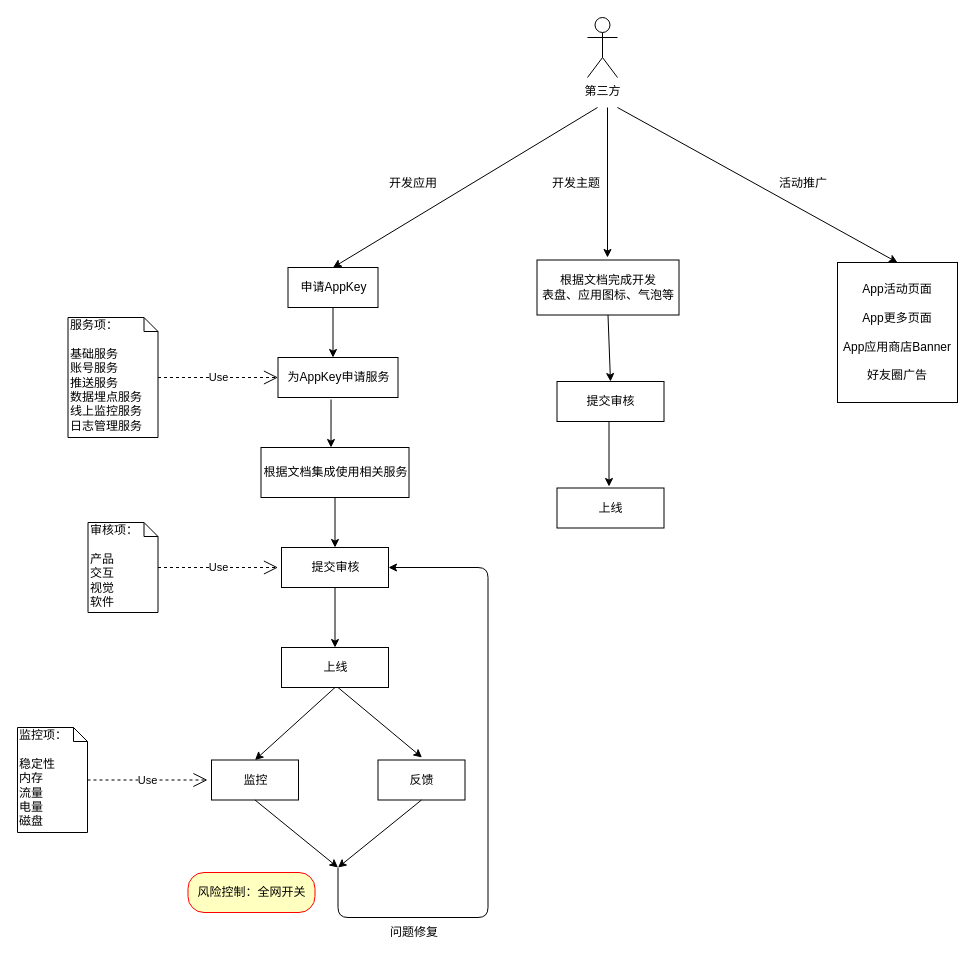
Earlier version of the draw.io diagram 第三方应用开发规范.drawio (HaoFeiWang/UML). Source tidied: cells renumbered, new cells numbered last; positions are measured from the earlier drawing's top-left corner, leaving out a move shared by most shapes. Both pictures are drawn from the tidied source at 100%, with x=0, y=0 at pixel (17, 17).
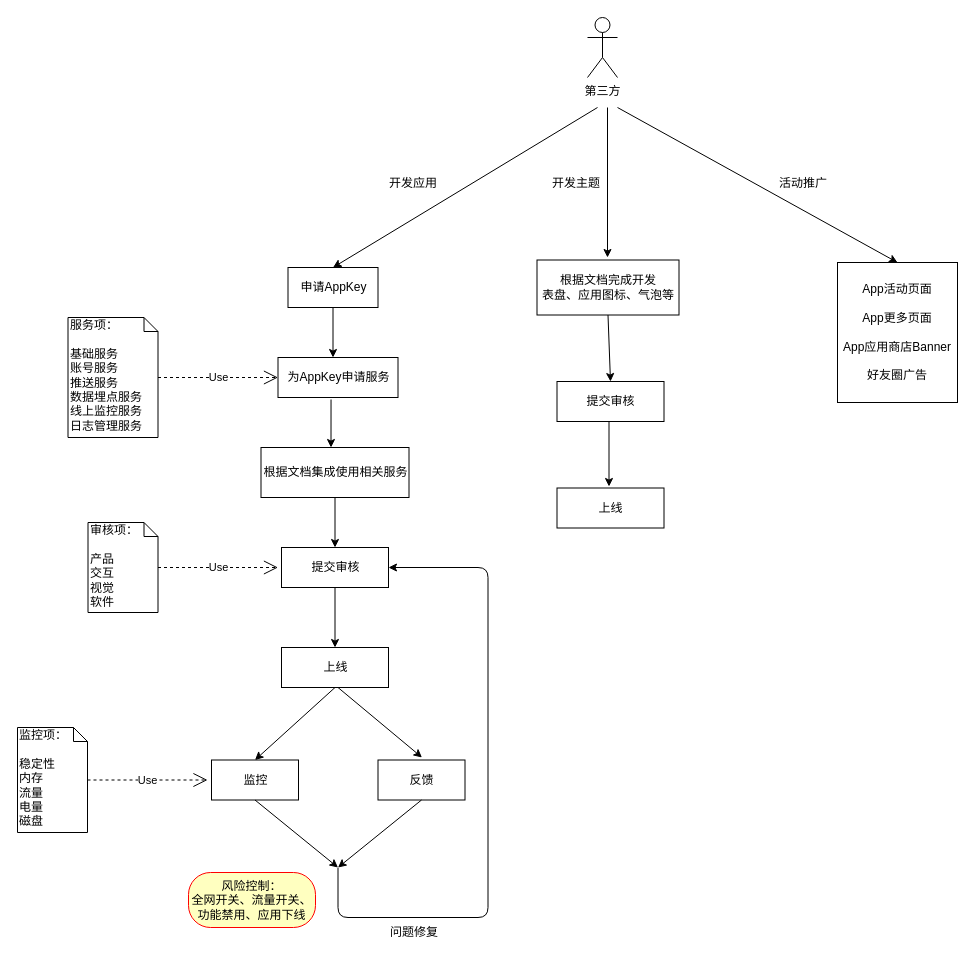
The same diagram, later.

Commit message:
Update 第三方应用开发规范.drawio

What changed in the source:
```diff
@@
-    <mxCell id="35" value="风险控制：全网开关" style="rounded=1;whiteSpace=wrap;html=1;arcSize=40;fontColor=#000000;fillColor=#ffffc0;strokeColor=#ff0000;" parent="1" vertex="1">
-      <mxGeometry x="170.5" y="855" width="127" height="40" as="geometry" />
+    <mxCell id="35" value="风险控制：&lt;br&gt;全网开关、流量开关、功能禁用、应用下线" style="rounded=1;whiteSpace=wrap;html=1;arcSize=40;fontColor=#000000;fillColor=#ffffc0;strokeColor=#ff0000;" parent="1" vertex="1">
+      <mxGeometry x="171" y="855" width="127" height="55" as="geometry" />
     </mxCell>
```
